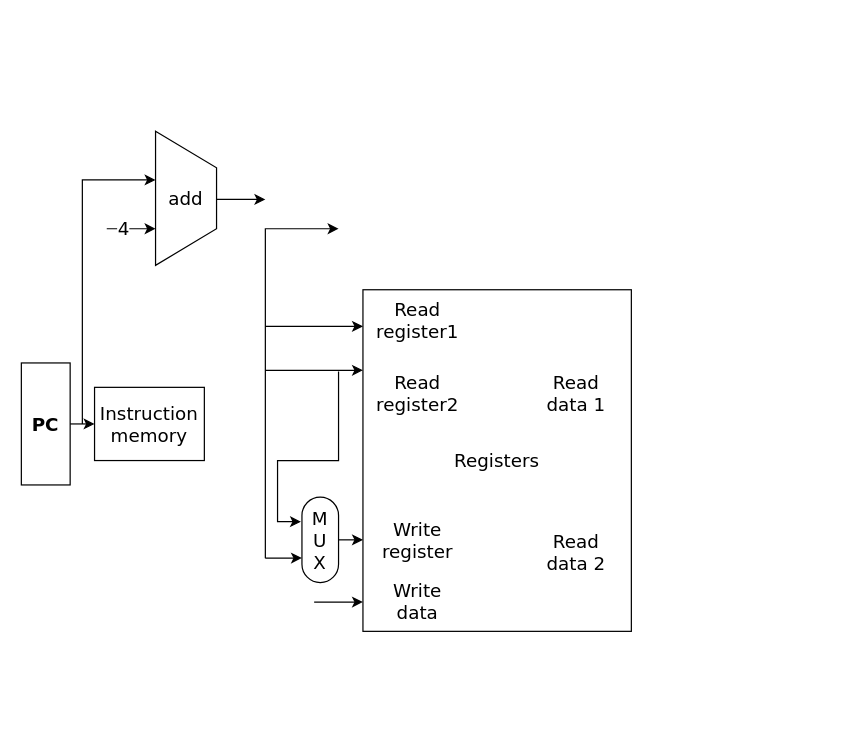
Earlier version of the draw.io diagram processor.drawio (fangdol888/computer_architecture). Source tidied: cells renumbered, new cells numbered last; positions are measured from the earlier drawing's top-left corner, leaving out a move shared by most shapes. Both pictures are drawn from the tidied source at 122%, with x=0, y=0 at pixel (21, 131). Pictures stored in the file or linked from it are replaced by grey dashed boxes.
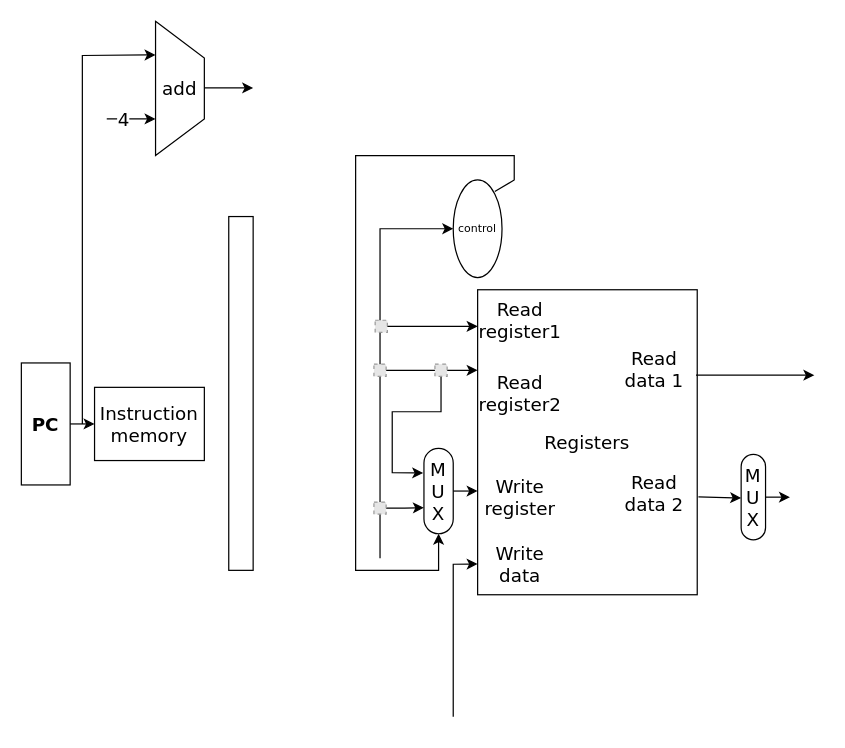
The same page after the edit.

The edit, as a diff of the source:
```diff
@@
     <mxCell id="3" value="Registers" style="rounded=0;whiteSpace=wrap;html=1;fontFamily=Verdana;fontSize=15;" parent="1" vertex="1">
-      <mxGeometry x="280" y="130" width="220" height="280" as="geometry" />
+      <mxGeometry x="374" y="130" width="180" height="250" as="geometry" />
     </mxCell>
     <mxCell id="4" value="Read&lt;br&gt;register1" style="text;html=1;strokeColor=none;fillColor=none;align=center;verticalAlign=middle;whiteSpace=wrap;rounded=0;fontFamily=Verdana;fontSize=15;" parent="1" vertex="1">
-      <mxGeometry x="280" y="130" width="90" height="50" as="geometry" />
+      <mxGeometry x="364" y="130" width="90" height="50" as="geometry" />
     </mxCell>
     <mxCell id="5" value="Read&lt;br&gt;register2" style="text;html=1;strokeColor=none;fillColor=none;align=center;verticalAlign=middle;whiteSpace=wrap;rounded=0;fontFamily=Verdana;fontSize=15;" parent="1" vertex="1">
-      <mxGeometry x="280" y="190" width="90" height="50" as="geometry" />
+      <mxGeometry x="364" y="190" width="90" height="50" as="geometry" />
     </mxCell>
     <mxCell id="6" value="Write&lt;br&gt;register" style="text;html=1;strokeColor=none;fillColor=none;align=center;verticalAlign=middle;whiteSpace=wrap;rounded=0;fontFamily=Verdana;fontSize=15;" parent="1" vertex="1">
-      <mxGeometry x="280" y="310" width="90" height="50" as="geometry" />
+      <mxGeometry x="364" y="275" width="90" height="50" as="geometry" />
     </mxCell>
     <mxCell id="7" value="Write&lt;br&gt;data" style="text;html=1;strokeColor=none;fillColor=none;align=center;verticalAlign=middle;whiteSpace=wrap;rounded=0;fontFamily=Verdana;fontSize=15;" parent="1" vertex="1">
-      <mxGeometry x="280" y="360" width="90" height="50" as="geometry" />
+      <mxGeometry x="364" y="330" width="90" height="50" as="geometry" />
     </mxCell>
     <mxCell id="8" value="Read&lt;br&gt;data 1" style="text;html=1;strokeColor=none;fillColor=none;align=center;verticalAlign=middle;whiteSpace=wrap;rounded=0;fontFamily=Verdana;fontSize=15;" parent="1" vertex="1">
-      <mxGeometry x="410" y="190" width="90" height="50" as="geometry" />
+      <mxGeometry x="474" y="170" width="90" height="50" as="geometry" />
     </mxCell>
     <mxCell id="9" value="Read&lt;br&gt;data 2" style="text;html=1;strokeColor=none;fillColor=none;align=center;verticalAlign=middle;whiteSpace=wrap;rounded=0;fontFamily=Verdana;fontSize=15;" parent="1" vertex="1">
-      <mxGeometry x="410" y="320" width="90" height="50" as="geometry" />
+      <mxGeometry x="474" y="272" width="90" height="50" as="geometry" />
     </mxCell>
@@
-    <mxCell id="12" style="endArrow=classic;html=1;rounded=0;fontFamily=Verdana;fontSize=15;" parent="1" edge="1">
+    <mxCell id="12" style="endArrow=classic;html=1;rounded=0;fontFamily=Verdana;fontSize=15;entryX=0.25;entryY=1;entryDx=0;entryDy=0;" parent="1" edge="1" target="13">
       <mxGeometry relative="1" as="geometry">
         <mxPoint x="50" y="240" as="sourcePoint" />
-        <mxPoint x="110" y="40" as="targetPoint" />
         <Array as="points">
-          <mxPoint x="50" y="40" />
+          <mxPoint x="50" y="-62" />
         </Array>
       </mxGeometry>
     </mxCell>
     <mxCell id="13" value="add&lt;br&gt;" style="shape=trapezoid;perimeter=trapezoidPerimeter;whiteSpace=wrap;html=1;fixedSize=1;rounded=0;fontFamily=Verdana;fontSize=15;strokeColor=default;fillColor=none;size=30;rotation=0;verticalAlign=middle;labelPosition=center;verticalLabelPosition=middle;align=center;direction=south;" parent="1" vertex="1">
-      <mxGeometry x="110" width="50" height="110" as="geometry" />
+      <mxGeometry x="110" y="-90" width="40" height="110" as="geometry" />
     </mxCell>
     <mxCell id="14" value="4" style="endArrow=classic;html=1;rounded=0;fontFamily=Verdana;fontSize=15;align=right;" parent="1" edge="1">
       <mxGeometry relative="1" as="geometry">
-        <mxPoint x="70" y="80" as="sourcePoint" />
-        <mxPoint x="110" y="80" as="targetPoint" />
+        <mxPoint x="70" y="-10" as="sourcePoint" />
+        <mxPoint x="110" y="-10" as="targetPoint" />
       </mxGeometry>
     </mxCell>
     <mxCell id="15" style="endArrow=classic;html=1;rounded=0;fontFamily=Verdana;fontSize=15;" parent="1" edge="1">
       <mxGeometry relative="1" as="geometry">
-        <mxPoint x="200" y="160" as="sourcePoint" />
-        <mxPoint x="280" y="160" as="targetPoint" />
+        <mxPoint x="294" y="160" as="sourcePoint" />
+        <mxPoint x="374" y="160" as="targetPoint" />
       </mxGeometry>
     </mxCell>
     <mxCell id="16" style="endArrow=classic;html=1;rounded=0;fontFamily=Verdana;fontSize=15;" parent="1" edge="1">
       <mxGeometry relative="1" as="geometry">
-        <mxPoint x="200" y="196" as="sourcePoint" />
-        <mxPoint x="280" y="196" as="targetPoint" />
+        <mxPoint x="294" y="196" as="sourcePoint" />
+        <mxPoint x="374" y="196" as="targetPoint" />
       </mxGeometry>
     </mxCell>
-    <mxCell id="17" style="endArrow=classic;html=1;rounded=0;fontFamily=Verdana;fontSize=15;startArrow=none;exitX=0.5;exitY=0;exitDx=0;exitDy=0;entryX=0;entryY=0.5;entryDx=0;entryDy=0;" parent="1" edge="1" source="21" target="6">
-      <mxGeometry relative="1" as="geometry" />
+    <mxCell id="17" style="endArrow=classic;html=1;rounded=0;fontFamily=Verdana;fontSize=15;startArrow=none;exitX=0.5;exitY=0;exitDx=0;exitDy=0;" parent="1" edge="1" source="21">
+      <mxGeometry relative="1" as="geometry">
+        <mxPoint x="374" y="295" as="targetPoint" />
+      </mxGeometry>
     </mxCell>
     <mxCell id="18" style="endArrow=classic;html=1;rounded=0;fontFamily=Verdana;fontSize=15;" parent="1" edge="1">
       <mxGeometry relative="1" as="geometry">
-        <mxPoint x="240" y="386" as="sourcePoint" />
-        <mxPoint x="280" y="386" as="targetPoint" />
+        <mxPoint x="354" y="480" as="sourcePoint" />
+        <mxPoint x="374" y="354.8" as="targetPoint" />
+        <Array as="points">
+          <mxPoint x="354" y="355" />
+        </Array>
       </mxGeometry>
     </mxCell>
     <mxCell id="19" style="endArrow=classic;html=1;rounded=0;fontFamily=Verdana;fontSize=15;" parent="1" edge="1">
       <mxGeometry relative="1" as="geometry">
-        <mxPoint x="160" y="56" as="sourcePoint" />
-        <mxPoint x="200" y="56" as="targetPoint" />
+        <mxPoint x="150" y="-35.4" as="sourcePoint" />
+        <mxPoint x="190" y="-35.4" as="targetPoint" />
       </mxGeometry>
     </mxCell>
     <mxCell id="20" style="endArrow=classic;html=1;rounded=0;fontFamily=Verdana;fontSize=15;entryX=0.289;entryY=1.027;entryDx=0;entryDy=0;entryPerimeter=0;" parent="1" edge="1" target="21">
       <mxGeometry relative="1" as="geometry">
-        <mxPoint x="260" y="197" as="sourcePoint" />
+        <mxPoint x="344" y="197" as="sourcePoint" />
         <Array as="points">
-          <mxPoint x="260" y="270" />
-          <mxPoint x="210" y="270" />
-          <mxPoint x="210" y="320" />
+          <mxPoint x="344" y="230" />
+          <mxPoint x="304" y="230" />
+          <mxPoint x="304" y="280" />
         </Array>
       </mxGeometry>
     </mxCell>
     <mxCell id="21" value="M&lt;br&gt;U&lt;br&gt;X" style="rounded=1;whiteSpace=wrap;html=1;fontFamily=Verdana;fontSize=15;strokeColor=default;fillColor=none;arcSize=50;direction=south;" parent="1" vertex="1">
-      <mxGeometry x="230" y="300" width="30" height="70" as="geometry" />
+      <mxGeometry x="330" y="260" width="24" height="70" as="geometry" />
     </mxCell>
-    <mxCell id="22" style="endArrow=classic;html=1;rounded=0;fontFamily=Verdana;fontSize=15;startArrow=none;entryX=0;entryY=0.5;entryDx=0;entryDy=0;" parent="1" edge="1">
+    <mxCell id="22" style="endArrow=classic;html=1;rounded=0;fontFamily=Verdana;fontSize=15;startArrow=none;entryX=0.695;entryY=1.003;entryDx=0;entryDy=0;entryPerimeter=0;" parent="1" edge="1" target="21">
       <mxGeometry relative="1" as="geometry">
-        <mxPoint x="200" y="350" as="sourcePoint" />
-        <mxPoint x="230" y="349.9" as="targetPoint" />
+        <mxPoint x="294" y="309" as="sourcePoint" />
+        <Array as="points">
+          <mxPoint x="314" y="309" />
+        </Array>
       </mxGeometry>
     </mxCell>
     <mxCell id="23" style="endArrow=classic;html=1;rounded=0;fontFamily=Verdana;fontSize=15;" parent="1" edge="1">
       <mxGeometry relative="1" as="geometry">
-        <mxPoint x="200" y="350" as="sourcePoint" />
-        <mxPoint x="260" y="80" as="targetPoint" />
+        <mxPoint x="294" y="350" as="sourcePoint" />
+        <mxPoint x="354" y="80" as="targetPoint" />
         <Array as="points">
-          <mxPoint x="200" y="80" />
+          <mxPoint x="294" y="80" />
         </Array>
       </mxGeometry>
     </mxCell>
+    <mxCell id="24" value="control" style="ellipse;whiteSpace=wrap;html=1;rounded=0;fontFamily=Verdana;fontSize=9;strokeColor=default;fillColor=none;direction=south;" parent="1" vertex="1">
+      <mxGeometry x="354" y="40" width="40" height="80" as="geometry" />
+    </mxCell>
+    <mxCell id="25" style="endArrow=classic;html=1;rounded=0;fontFamily=Verdana;fontSize=9;entryX=1;entryY=0.5;entryDx=0;entryDy=0;exitX=0.119;exitY=0.148;exitDx=0;exitDy=0;exitPerimeter=0;" parent="1" edge="1" source="24" target="21">
+      <mxGeometry relative="1" as="geometry">
+        <Array as="points">
+          <mxPoint x="404" y="40" />
+          <mxPoint x="404" y="20" />
+          <mxPoint x="274" y="20" />
+          <mxPoint x="274" y="360" />
+          <mxPoint x="342" y="360" />
+        </Array>
+      </mxGeometry>
+    </mxCell>
+    <mxCell id="26" style="rounded=0;whiteSpace=wrap;html=1;fontFamily=Verdana;fontSize=9;strokeColor=default;fillColor=none;" parent="1" vertex="1">
+      <mxGeometry x="170" y="70" width="20" height="290" as="geometry" />
+    </mxCell>
+    <mxCell id="27" style="endArrow=classic;html=1;rounded=0;fontFamily=Verdana;fontSize=9;exitX=0.844;exitY=0.6;exitDx=0;exitDy=0;exitPerimeter=0;" parent="1" edge="1">
+      <mxGeometry relative="1" as="geometry">
+        <mxPoint x="553" y="200" as="sourcePoint" />
+        <mxPoint x="650" y="200" as="targetPoint" />
+      </mxGeometry>
+    </mxCell>
+    <mxCell id="28" style="endArrow=classic;html=1;rounded=0;fontFamily=Verdana;fontSize=9;" parent="1" edge="1">
+      <mxGeometry relative="1" as="geometry">
+        <mxPoint x="555" y="299.7" as="sourcePoint" />
+        <mxPoint x="590" y="300.7" as="targetPoint" />
+      </mxGeometry>
+    </mxCell>
+    <mxCell id="29" value="M&lt;br&gt;U&lt;br&gt;X" style="rounded=1;whiteSpace=wrap;html=1;fontFamily=Verdana;fontSize=15;strokeColor=default;fillColor=none;arcSize=50;direction=south;" parent="1" vertex="1">
+      <mxGeometry x="590" y="265" width="20" height="70" as="geometry" />
+    </mxCell>
+    <mxCell id="30" style="endArrow=classic;html=1;rounded=0;fontFamily=Verdana;fontSize=9;" parent="1" edge="1">
+      <mxGeometry relative="1" as="geometry">
+        <mxPoint x="610" y="300" as="sourcePoint" />
+        <mxPoint x="630" y="300" as="targetPoint" />
+      </mxGeometry>
+    </mxCell>
+    <mxCell id="31" style="fillColor=#E6E6E6;strokeColor=#999999;dashed=1;html=1;verticalAlign=top;verticalLabelPosition=bottom;labelBackgroundColor=#ffffff;fontFamily=Verdana;fontSize=9;" parent="1" vertex="1">
+      <mxGeometry x="290" y="155" width="10" height="10" as="geometry" />
+    </mxCell>
+    <mxCell id="32" style="fillColor=#E6E6E6;strokeColor=#999999;dashed=1;html=1;verticalAlign=top;verticalLabelPosition=bottom;labelBackgroundColor=#ffffff;fontFamily=Verdana;fontSize=9;" parent="1" vertex="1">
+      <mxGeometry x="289" y="191" width="10" height="10" as="geometry" />
+    </mxCell>
+    <mxCell id="33" style="fillColor=#E6E6E6;strokeColor=#999999;dashed=1;html=1;verticalAlign=top;verticalLabelPosition=bottom;labelBackgroundColor=#ffffff;fontFamily=Verdana;fontSize=9;" parent="1" vertex="1">
+      <mxGeometry x="339" y="191" width="10" height="10" as="geometry" />
+    </mxCell>
+    <mxCell id="34" style="fillColor=#E6E6E6;strokeColor=#999999;dashed=1;html=1;verticalAlign=top;verticalLabelPosition=bottom;labelBackgroundColor=#ffffff;fontFamily=Verdana;fontSize=9;" parent="1" vertex="1">
+      <mxGeometry x="289" y="304" width="10" height="10" as="geometry" />
+    </mxCell>
```
